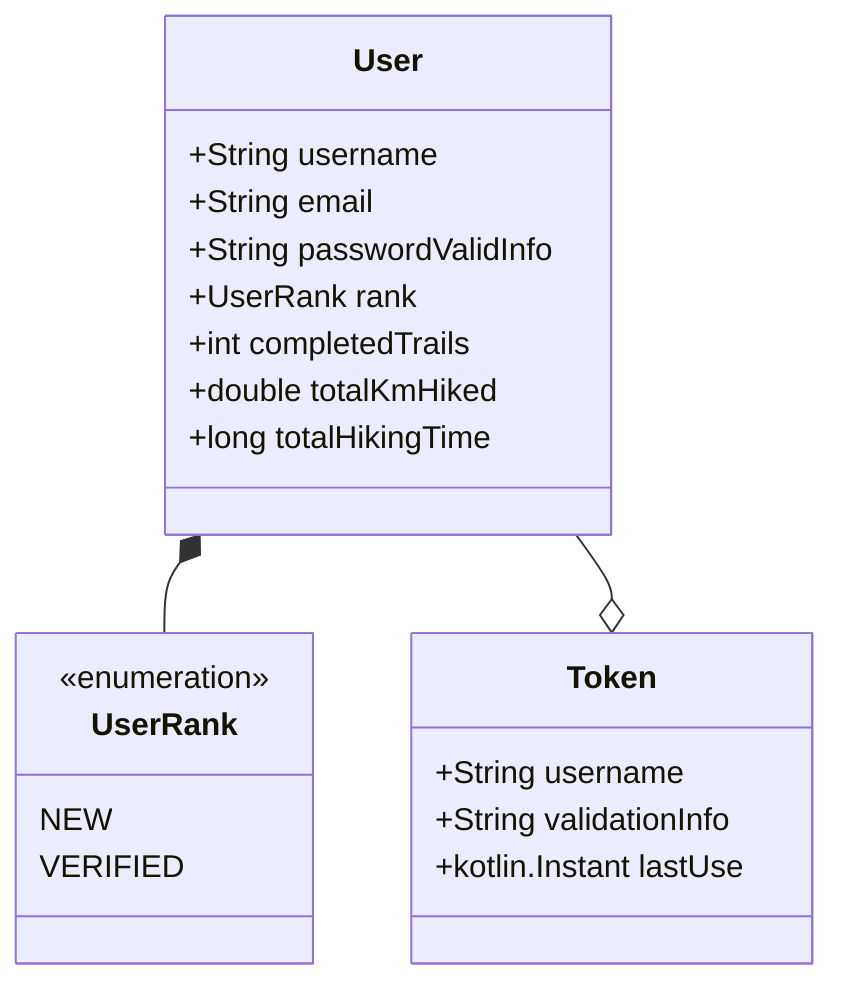
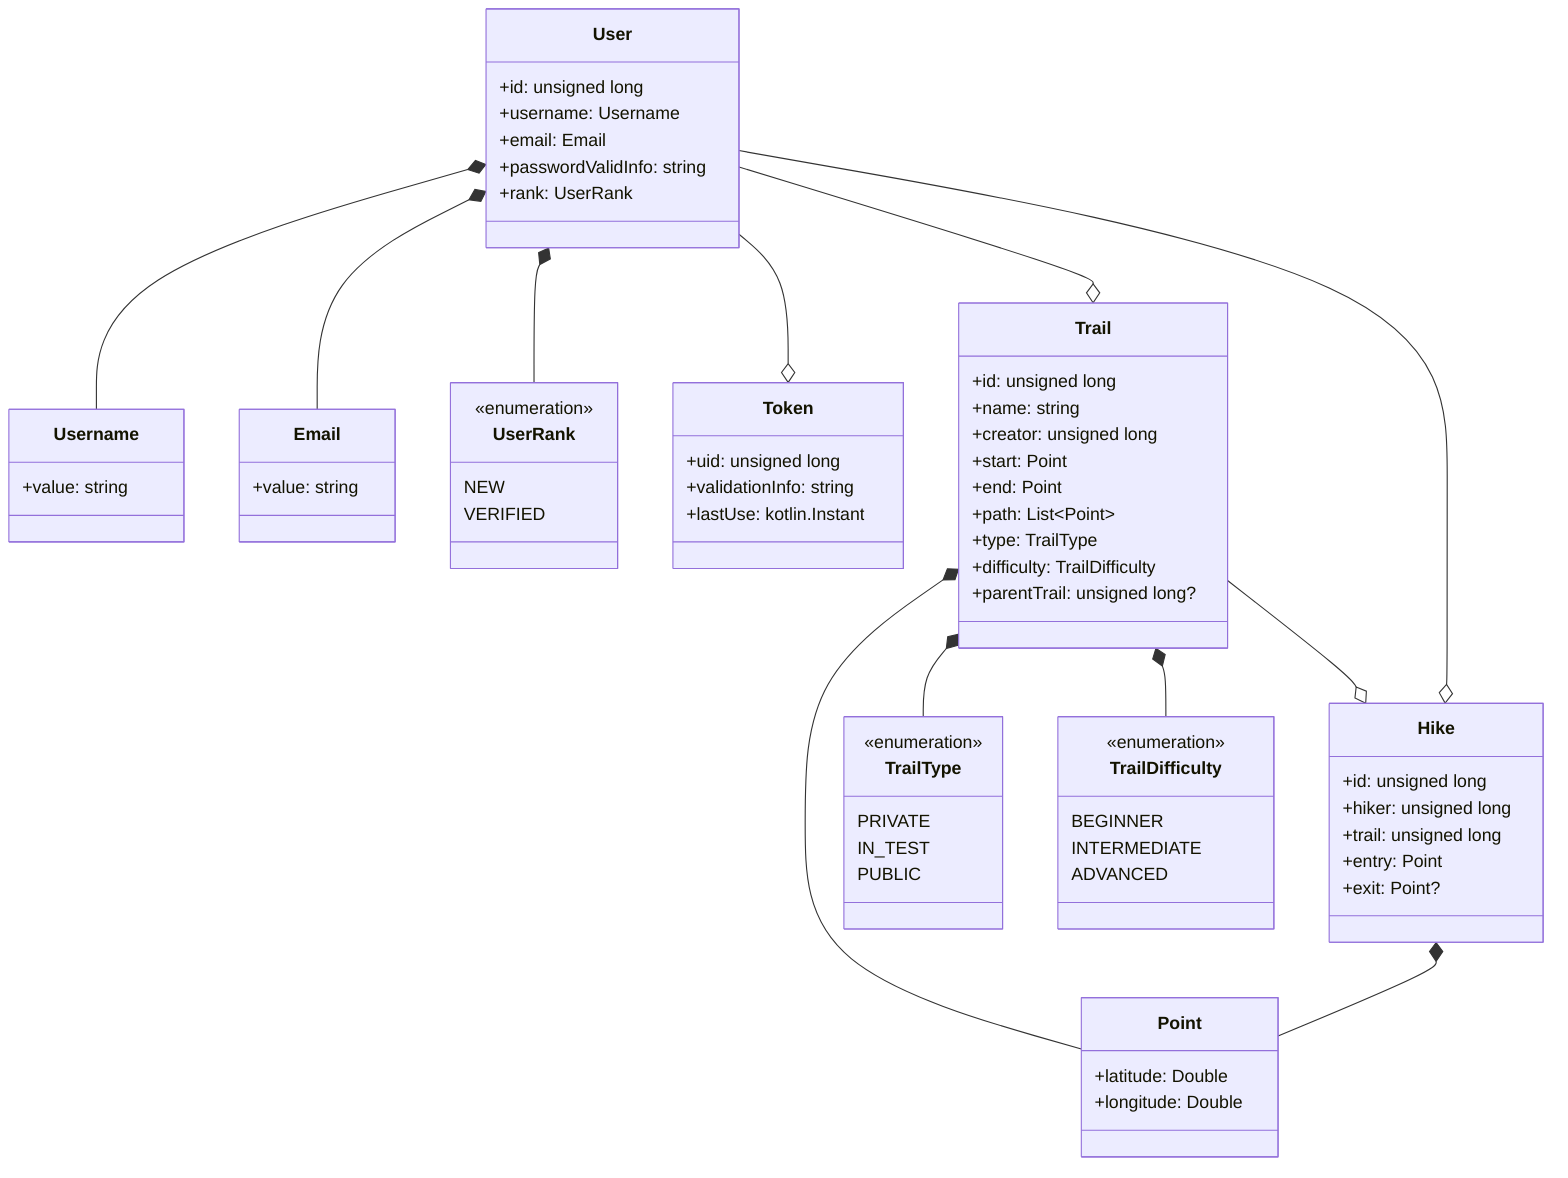
classDiagram
+     class Username {
+         +value: string
+     }
+ 
+     class Email {
+         +value: string
+     }
+ 
    class UserRank {
        <<enumeration>>
        NEW
        VERIFIED
    }

    class User {
-         +String username
-         +String email
-         +String passwordValidInfo
-         +UserRank rank
-         +int completedTrails
-         +double totalKmHiked
-         +long totalHikingTime
+         +id: unsigned long
+         +username: Username
+         +email: Email
+         +passwordValidInfo: string
+         +rank: UserRank
    }

-     User *-- UserRank
- 
    class Token {
-         +String username
-         +String validationInfo
-         +kotlin.Instant lastUse
+         +uid: unsigned long
+         +validationInfo: string
+         +lastUse: kotlin.Instant
    }

+     class Point {
+         +latitude: Double
+         +longitude: Double
+     }
+ 
+     class TrailType {
+         <<enumeration>>
+         PRIVATE
+         IN_TEST
+         PUBLIC
+     }
+ 
+     class TrailDifficulty {
+         <<enumeration>>
+         BEGINNER
+         INTERMEDIATE
+         ADVANCED
+     }
+ 
+     class Trail {
+         +id: unsigned long
+         +name: string
+         +creator: unsigned long
+         +start: Point
+         +end: Point
+         +path: List~Point~
+         +type: TrailType
+         +difficulty: TrailDifficulty
+         +parentTrail: unsigned long?
+     }
+ 
+     class Hike {
+         +id: unsigned long
+         +hiker: unsigned long
+         +trail: unsigned long
+         +entry: Point
+         +exit: Point?
+     }
+ 
+     User *-- Username
+     User *-- Email
+     User *-- UserRank
    User --o Token
- 
+     User --o Trail
+     User --o Hike
+     Trail *-- Point
+     Trail *-- TrailType
+     Trail *-- TrailDifficulty
+     Trail --o Hike
+     Hike *-- Point
